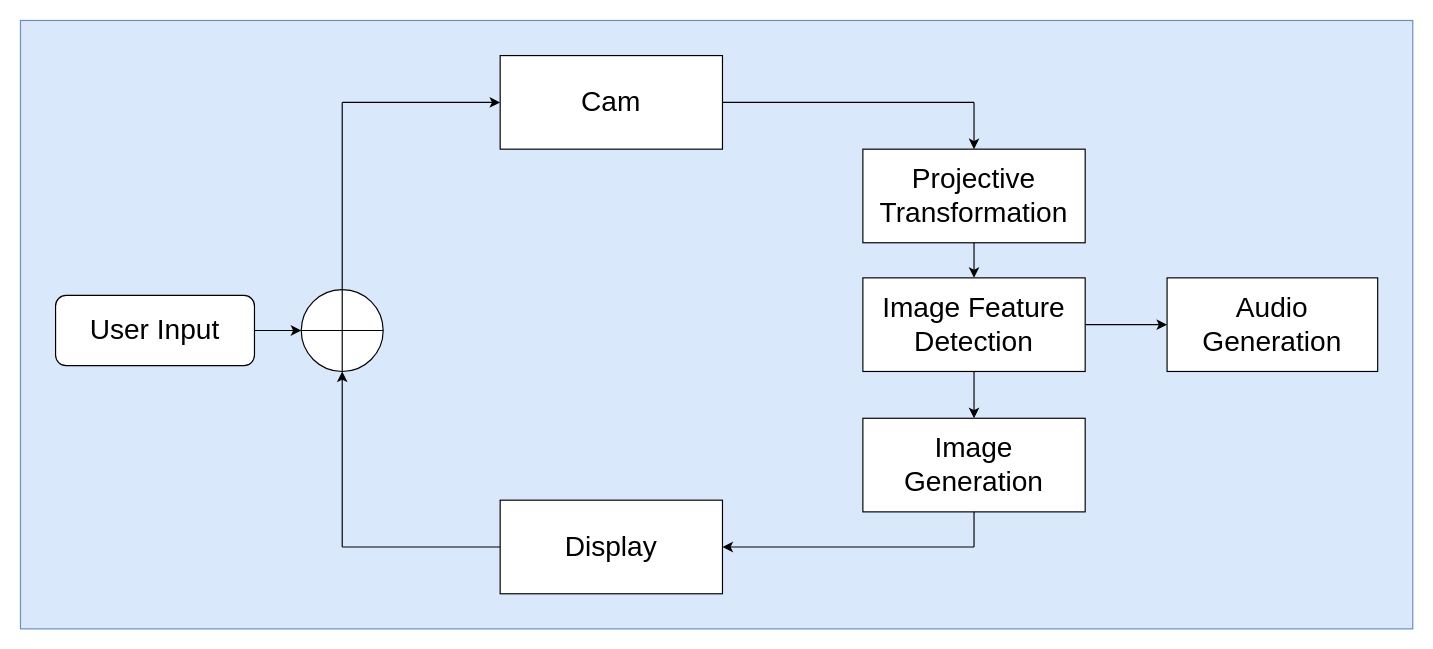
The draw.io diagram documentation/diagram_sources/flowchart.drawio in w-ensink/csd3, before the edit. Source tidied: cells renumbered, new cells numbered last; positions are measured from the earlier drawing's top-left corner, leaving out a move shared by most shapes. Both pictures are drawn from the tidied source at 117%, with x=0, y=0 at pixel (20, 20).
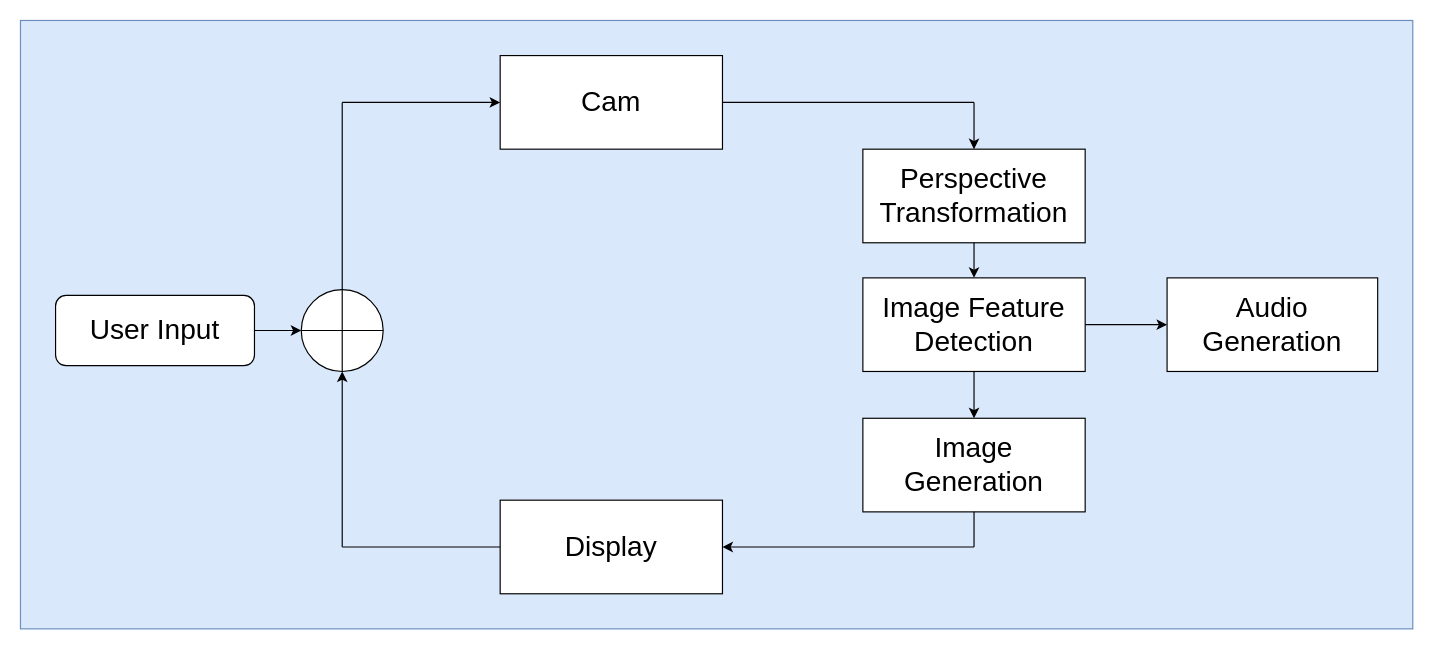
The same page after the edit.

The edit, as a diff of the source:
```diff
@@
-    <mxCell id="6" value="&lt;font style=&quot;font-size: 24px&quot;&gt;Projective Transformation&lt;/font&gt;" style="rounded=0;whiteSpace=wrap;html=1;" parent="1" vertex="1">
+    <mxCell id="6" value="&lt;font style=&quot;font-size: 24px&quot;&gt;Perspective Transformation&lt;/font&gt;" style="rounded=0;whiteSpace=wrap;html=1;" parent="1" vertex="1">
       <mxGeometry x="720" y="110" width="190" height="80" as="geometry" />
     </mxCell>
```
